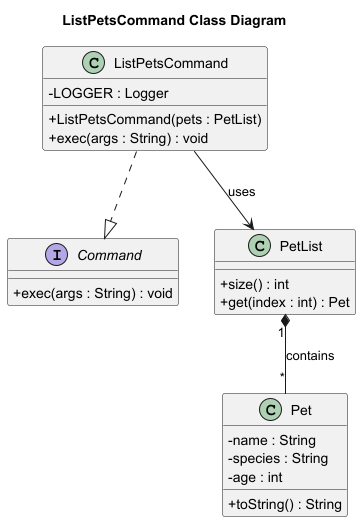
Before: docs/diagrams/ListPetsCommand_Class_Diagram.png, a diagram exported from PlantUML (Kevin88866/tp).
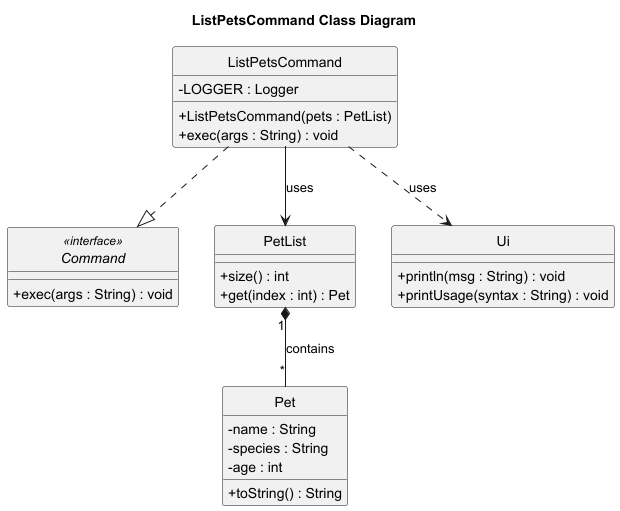
Later version of the same file.

Change to the diagram source:
```diff
@@ -1,8 +1,9 @@
 @startuml
 skinparam classAttributeIconSize 0
 title ListPetsCommand Class Diagram
+hide circle
 
-interface Command {
+interface Command <<interface>>{
   +exec(args : String) : void
 }
 
@@ -27,5 +28,9 @@
 ListPetsCommand ..|> Command
 ListPetsCommand --> PetList : uses
 PetList "1" *-- "*" Pet : contains
-
+class Ui {
+  +println(msg : String) : void
+  +printUsage(syntax : String) : void
+}
+ListPetsCommand ..> Ui : uses
 @enduml
```
